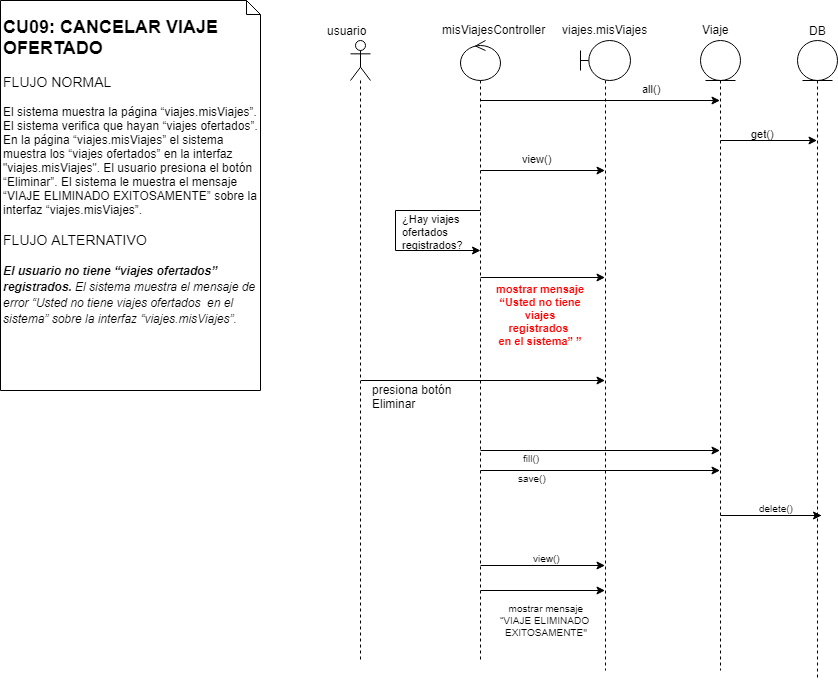
The draw.io diagram Diagramas de Secuencia/DIAGRAMAS-SCU09.png in David18236/Gr-ficas, before a commit. Source tidied: cells renumbered, new cells last; positions are measured from the earlier drawing's top-left corner, leaving out a move shared by most shapes.
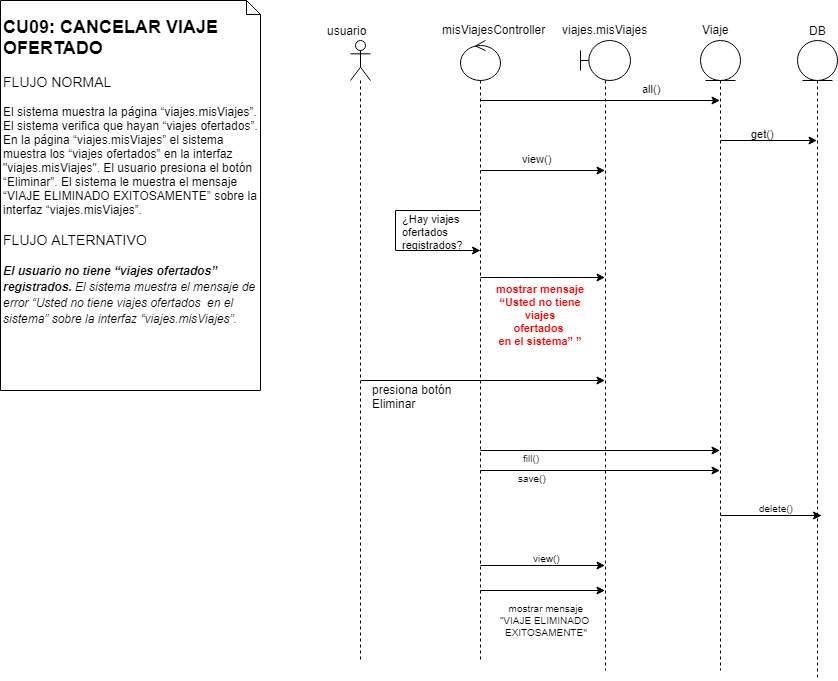
The same diagram one commit later.

Commit message:
secuencia corregido

Diff of the diagram source:
```diff
@@ -77,7 +77,7 @@
     <mxCell id="19" value="&lt;div&gt;¿Hay viajes &lt;br&gt;&lt;/div&gt;&lt;div&gt;ofertados&lt;br&gt;&lt;/div&gt;&lt;div&gt;registrados?&lt;br&gt;&lt;/div&gt;" style="text;html=1;align=left;verticalAlign=top;spacingTop=-4;fontSize=11;fontColor=#000000;" parent="1" vertex="1">
       <mxGeometry x="400" y="210" width="80" height="40" as="geometry" />
     </mxCell>
-    <mxCell id="20" value="mostrar mensaje&lt;br style=&quot;font-size: 11px&quot;&gt;&lt;div&gt;&lt;span style=&quot;font-size: 11px&quot;&gt;“Usted no tiene&lt;/span&gt;&lt;/div&gt;&lt;div&gt;&lt;span style=&quot;font-size: 11px&quot;&gt; viajes&lt;/span&gt;&lt;/div&gt;&lt;div&gt;&lt;span style=&quot;font-size: 11px&quot;&gt;registrados &lt;br&gt;&lt;/span&gt;&lt;/div&gt;&lt;div&gt;&lt;span style=&quot;font-size: 11px&quot;&gt;en el sistema” ”&lt;/span&gt;&lt;/div&gt;" style="text;html=1;align=center;verticalAlign=top;spacingTop=-4;fontSize=11;fontStyle=1;fontColor=#FF0000;" parent="1" vertex="1">
+    <mxCell id="20" value="mostrar mensaje&lt;br style=&quot;font-size: 11px&quot;&gt;&lt;div&gt;&lt;span style=&quot;font-size: 11px&quot;&gt;“Usted no tiene&lt;/span&gt;&lt;/div&gt;&lt;div&gt;&lt;span style=&quot;font-size: 11px&quot;&gt; viajes&lt;/span&gt;&lt;/div&gt;&lt;div&gt;&lt;span style=&quot;font-size: 11px&quot;&gt;ofertados&amp;nbsp;&lt;br&gt;&lt;/span&gt;&lt;/div&gt;&lt;div&gt;&lt;span style=&quot;font-size: 11px&quot;&gt;en el sistema” ”&lt;/span&gt;&lt;/div&gt;" style="text;html=1;align=center;verticalAlign=top;spacingTop=-4;fontSize=11;fontStyle=1;fontColor=#FF0000;" parent="1" vertex="1">
       <mxGeometry x="490" y="280" width="100" height="60" as="geometry" />
     </mxCell>
     <mxCell id="21" style="edgeStyle=none;rounded=0;jettySize=auto;html=1;endArrow=classic;endFill=1;strokeWidth=1;fontSize=11;fontColor=#000000;" parent="1" edge="1" target="3">
```
